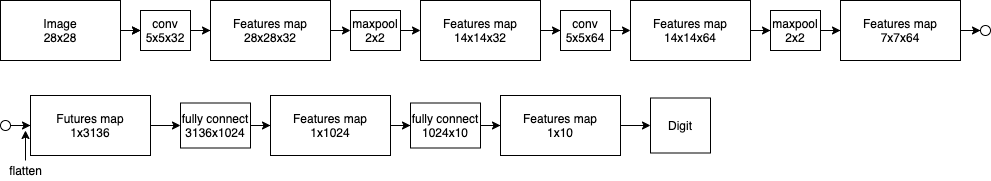
Above: Sources/final_nn_scheme.png in vovkroman/DigitRecognizer (draw.io), before the change. Source tidied: cells renumbered, new cells last; positions are measured from the earlier drawing's top-left corner, leaving out a move shared by most shapes. Its diagram source:
```xml
<mxGraphModel background="#ffffff">
  <root>
    <mxCell id="0" />
    <mxCell id="1" parent="0" />
    <mxCell id="2" style="edgeStyle=orthogonalEdgeStyle;rounded=0;jettySize=auto;html=1;" parent="1" edge="1" source="3">
      <mxGeometry relative="1" as="geometry">
        <mxPoint x="140" y="30" as="targetPoint" />
      </mxGeometry>
    </mxCell>
    <mxCell id="3" value="Image&lt;br&gt;28x28" style="rounded=0;whiteSpace=wrap;html=1;" parent="1" vertex="1">
      <mxGeometry width="120" height="60" as="geometry" />
    </mxCell>
    <mxCell id="4" style="edgeStyle=orthogonalEdgeStyle;rounded=0;jettySize=auto;html=1;entryX=0;entryY=0.5;entryDx=0;entryDy=0;" parent="1" edge="1" source="5" target="7">
      <mxGeometry relative="1" as="geometry" />
    </mxCell>
    <mxCell id="5" value="conv&lt;br&gt;5x5x32" style="rounded=0;whiteSpace=wrap;html=1;" parent="1" vertex="1">
      <mxGeometry x="140" y="10" width="50" height="40" as="geometry" />
    </mxCell>
    <mxCell id="6" style="edgeStyle=orthogonalEdgeStyle;rounded=0;jettySize=auto;html=1;exitX=1;exitY=0.5;exitDx=0;exitDy=0;entryX=0;entryY=0.5;entryDx=0;entryDy=0;" parent="1" edge="1" source="7" target="10">
      <mxGeometry relative="1" as="geometry" />
    </mxCell>
    <mxCell id="7" value="Features map&lt;br&gt;28x28x32" style="rounded=0;whiteSpace=wrap;html=1;" parent="1" vertex="1">
      <mxGeometry x="210" width="120" height="60" as="geometry" />
    </mxCell>
    <mxCell id="8" style="edgeStyle=orthogonalEdgeStyle;rounded=0;jettySize=auto;html=1;" parent="1" edge="1" source="3">
      <mxGeometry relative="1" as="geometry">
        <mxPoint x="140" y="30" as="targetPoint" />
        <Array as="points">
          <mxPoint x="140" y="30" />
        </Array>
      </mxGeometry>
    </mxCell>
    <mxCell id="9" style="edgeStyle=orthogonalEdgeStyle;rounded=0;jettySize=auto;html=1;exitX=1;exitY=0.5;exitDx=0;exitDy=0;entryX=0;entryY=0.5;entryDx=0;entryDy=0;" parent="1" edge="1" source="10" target="12">
      <mxGeometry relative="1" as="geometry" />
    </mxCell>
    <mxCell id="10" value="maxpool&lt;br&gt;2x2" style="rounded=0;whiteSpace=wrap;html=1;" parent="1" vertex="1">
      <mxGeometry x="350" y="10" width="50" height="40" as="geometry" />
    </mxCell>
    <mxCell id="11" style="edgeStyle=orthogonalEdgeStyle;rounded=0;jettySize=auto;html=1;entryX=0;entryY=0.5;entryDx=0;entryDy=0;" parent="1" edge="1" source="12" target="14">
      <mxGeometry relative="1" as="geometry" />
    </mxCell>
    <mxCell id="12" value="Features map&lt;br&gt;14x14x32" style="rounded=0;whiteSpace=wrap;html=1;" parent="1" vertex="1">
      <mxGeometry x="420" width="120" height="60" as="geometry" />
    </mxCell>
    <mxCell id="13" style="edgeStyle=orthogonalEdgeStyle;rounded=0;jettySize=auto;html=1;exitX=1;exitY=0.5;exitDx=0;exitDy=0;entryX=0;entryY=0.5;entryDx=0;entryDy=0;" parent="1" edge="1" source="14" target="16">
      <mxGeometry relative="1" as="geometry" />
    </mxCell>
    <mxCell id="14" value="conv&lt;br&gt;5x5x64" style="rounded=0;whiteSpace=wrap;html=1;" parent="1" vertex="1">
      <mxGeometry x="560" y="10" width="50" height="40" as="geometry" />
    </mxCell>
    <mxCell id="15" style="edgeStyle=orthogonalEdgeStyle;rounded=0;jettySize=auto;html=1;entryX=0;entryY=0.5;entryDx=0;entryDy=0;" parent="1" edge="1" source="16" target="18">
      <mxGeometry relative="1" as="geometry" />
    </mxCell>
    <mxCell id="16" value="Features map&lt;br&gt;14x14x64" style="rounded=0;whiteSpace=wrap;html=1;" parent="1" vertex="1">
      <mxGeometry x="630" width="120" height="60" as="geometry" />
    </mxCell>
    <mxCell id="17" style="edgeStyle=orthogonalEdgeStyle;rounded=0;jettySize=auto;html=1;entryX=0;entryY=0.5;entryDx=0;entryDy=0;" parent="1" edge="1" source="18" target="20">
      <mxGeometry relative="1" as="geometry" />
    </mxCell>
    <mxCell id="18" value="maxpool&lt;br&gt;2x2" style="rounded=0;whiteSpace=wrap;html=1;" parent="1" vertex="1">
      <mxGeometry x="770" y="10" width="50" height="40" as="geometry" />
    </mxCell>
    <mxCell id="19" style="edgeStyle=orthogonalEdgeStyle;rounded=0;jettySize=auto;html=1;" parent="1" edge="1" source="20">
      <mxGeometry relative="1" as="geometry">
        <mxPoint x="980" y="30" as="targetPoint" />
      </mxGeometry>
    </mxCell>
    <mxCell id="20" value="Features map&lt;br&gt;7x7x64" style="rounded=0;whiteSpace=wrap;html=1;" parent="1" vertex="1">
      <mxGeometry x="840" width="120" height="60" as="geometry" />
    </mxCell>
    <mxCell id="21" style="ellipse;whiteSpace=wrap;html=1;" parent="1" vertex="1">
      <mxGeometry x="980" y="25" width="10" height="10" as="geometry" />
    </mxCell>
    <mxCell id="22" style="edgeStyle=orthogonalEdgeStyle;rounded=0;jettySize=auto;html=1;" parent="1" edge="1" source="23" target="25">
      <mxGeometry relative="1" as="geometry" />
    </mxCell>
    <mxCell id="23" style="ellipse;whiteSpace=wrap;html=1;" parent="1" vertex="1">
      <mxGeometry y="120" width="10" height="10" as="geometry" />
    </mxCell>
    <mxCell id="24" style="edgeStyle=orthogonalEdgeStyle;rounded=0;jettySize=auto;html=1;" parent="1" edge="1" source="25" target="29">
      <mxGeometry relative="1" as="geometry" />
    </mxCell>
    <mxCell id="25" value="Futures map&lt;br&gt;1x3136" style="rounded=0;whiteSpace=wrap;html=1;" parent="1" vertex="1">
      <mxGeometry x="30" y="95" width="120" height="60" as="geometry" />
    </mxCell>
    <mxCell id="26" style="edgeStyle=orthogonalEdgeStyle;rounded=0;jettySize=auto;html=1;" parent="1" edge="1" source="27">
      <mxGeometry relative="1" as="geometry">
        <mxPoint x="25" y="130" as="targetPoint" />
      </mxGeometry>
    </mxCell>
    <mxCell id="27" value="flatten" style="text;html=1;align=center;verticalAlign=middle;points=[];" parent="1" vertex="1">
      <mxGeometry y="160" width="50" height="20" as="geometry" />
    </mxCell>
    <mxCell id="28" style="edgeStyle=orthogonalEdgeStyle;rounded=0;jettySize=auto;html=1;" parent="1" edge="1" source="29" target="31">
      <mxGeometry relative="1" as="geometry" />
    </mxCell>
    <mxCell id="29" value="fully connect&lt;br&gt;3136x1024" style="rounded=0;whiteSpace=wrap;html=1;" parent="1" vertex="1">
      <mxGeometry x="180" y="102.5" width="70" height="45" as="geometry" />
    </mxCell>
    <mxCell id="30" style="edgeStyle=orthogonalEdgeStyle;rounded=0;jettySize=auto;html=1;" parent="1" edge="1" source="31" target="33">
      <mxGeometry relative="1" as="geometry" />
    </mxCell>
    <mxCell id="31" value="Features map&lt;br&gt;1x1024" style="rounded=0;whiteSpace=wrap;html=1;" parent="1" vertex="1">
      <mxGeometry x="270" y="95" width="120" height="60" as="geometry" />
    </mxCell>
    <mxCell id="32" style="edgeStyle=orthogonalEdgeStyle;rounded=0;jettySize=auto;html=1;" parent="1" edge="1" source="33" target="35">
      <mxGeometry relative="1" as="geometry" />
    </mxCell>
    <mxCell id="33" value="fully connect&lt;br&gt;1024x10" style="rounded=0;whiteSpace=wrap;html=1;" parent="1" vertex="1">
      <mxGeometry x="410" y="102.5" width="70" height="45" as="geometry" />
    </mxCell>
    <mxCell id="34" style="edgeStyle=orthogonalEdgeStyle;rounded=0;jettySize=auto;html=1;" parent="1" edge="1" source="35" target="36">
      <mxGeometry relative="1" as="geometry" />
    </mxCell>
    <mxCell id="35" value="Features map&lt;br&gt;1x10" style="rounded=0;whiteSpace=wrap;html=1;" parent="1" vertex="1">
      <mxGeometry x="500" y="95" width="120" height="60" as="geometry" />
    </mxCell>
    <mxCell id="36" value="Digit" style="rounded=0;whiteSpace=wrap;html=1;" parent="1" vertex="1">
      <mxGeometry x="650" y="97.5" width="60" height="55" as="geometry" />
    </mxCell>
  </root>
</mxGraphModel>
```
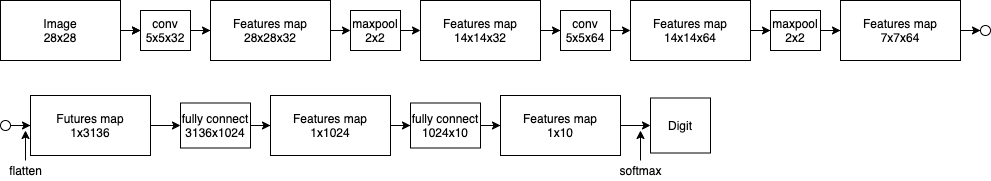
The same diagram one commit later.

Commit message:
README: updated readme + replaced scheme of NN

The edit, as a diff of the source:
```diff
@@ -118,5 +118,13 @@
     <mxCell id="36" value="Digit" style="rounded=0;whiteSpace=wrap;html=1;" parent="1" vertex="1">
       <mxGeometry x="650" y="97.5" width="60" height="55" as="geometry" />
     </mxCell>
+    <mxCell id="37" style="edgeStyle=orthogonalEdgeStyle;rounded=0;jettySize=auto;html=1;" parent="1" edge="1" source="38">
+      <mxGeometry relative="1" as="geometry">
+        <mxPoint x="640" y="130" as="targetPoint" />
+      </mxGeometry>
+    </mxCell>
+    <mxCell id="38" value="softmax" style="text;html=1;align=center;verticalAlign=middle;points=[];" parent="1" vertex="1">
+      <mxGeometry x="610" y="160" width="60" height="20" as="geometry" />
+    </mxCell>
   </root>
 </mxGraphModel>
```
